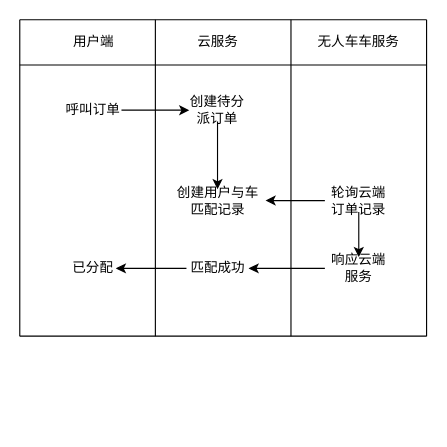
wurh/myDesignDoc keeps this draw.io diagram as 出行项目/分派订单逻辑.drawio. Above is the earlier version. Source tidied: cells renumbered, new cells numbered last; positions are measured from the earlier drawing's top-left corner, leaving out a move shared by most shapes. Both pictures are drawn from the tidied source at 113%, with x=0, y=0 at pixel (19, 19).
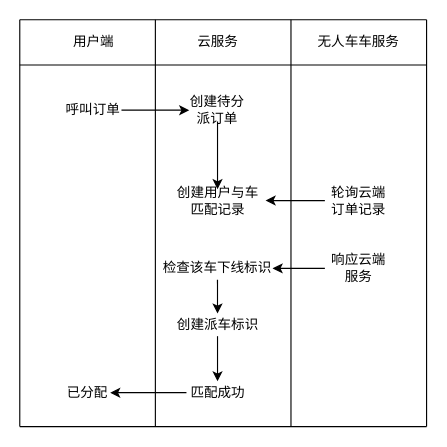
The same page after the edit.

Commit message:
Update 分派订单逻辑.drawio

Unchanged cells that the change refers to:
```xml
<mxCell id="18" value="轮询云端订单记录" style="text;html=1;strokeColor=none;fillColor=none;align=center;verticalAlign=middle;whiteSpace=wrap;rounded=0;" parent="1" vertex="1">
  <mxGeometry x="270" y="150" width="60" height="20" as="geometry" />
</mxCell>
<mxCell id="20" value="响应云端服务" style="text;html=1;strokeColor=none;fillColor=none;align=center;verticalAlign=middle;whiteSpace=wrap;rounded=0;" parent="1" vertex="1">
  <mxGeometry x="270" y="210" width="60" height="20" as="geometry" />
</mxCell>
```

Diff of the diagram source:
```diff
@@
     <mxCell id="3" style="endArrow=none;html=1;" parent="1" edge="1">
       <mxGeometry relative="1" as="geometry">
-        <mxPoint y="280" as="sourcePoint" />
+        <mxPoint y="360" as="sourcePoint" />
         <mxPoint as="targetPoint" />
       </mxGeometry>
     </mxCell>
@@
     <mxCell id="5" style="endArrow=none;html=1;" parent="1" edge="1">
       <mxGeometry relative="1" as="geometry">
-        <mxPoint x="120" y="280" as="sourcePoint" />
+        <mxPoint x="120" y="360" as="sourcePoint" />
         <mxPoint x="120" as="targetPoint" />
       </mxGeometry>
     </mxCell>
     <mxCell id="6" style="endArrow=none;html=1;" parent="1" edge="1">
       <mxGeometry relative="1" as="geometry">
-        <mxPoint x="240" y="280" as="sourcePoint" />
+        <mxPoint x="240" y="360" as="sourcePoint" />
         <mxPoint x="240" as="targetPoint" />
       </mxGeometry>
     </mxCell>
@@
     <mxCell id="13" style="endArrow=none;html=1;" parent="1" edge="1">
       <mxGeometry relative="1" as="geometry">
-        <mxPoint x="360" y="280" as="sourcePoint" />
+        <mxPoint x="360" y="360" as="sourcePoint" />
         <mxPoint x="360" as="targetPoint" />
       </mxGeometry>
     </mxCell>
@@
-    <mxCell id="17" style="edgeStyle=orthogonalEdgeStyle;rounded=0;jettySize=auto;html=1;" parent="1" edge="1" source="18" target="20">
-      <mxGeometry relative="1" as="geometry" />
-    </mxCell>
@@
-    <mxCell id="19" style="edgeStyle=orthogonalEdgeStyle;rounded=0;jettySize=auto;html=1;" parent="1" edge="1" source="20" target="22">
-      <mxGeometry relative="1" as="geometry" />
-    </mxCell>
+    <mxCell id="25" style="edgeStyle=orthogonalEdgeStyle;rounded=0;jettySize=auto;html=1;" parent="1" edge="1" source="20" target="27">
+      <mxGeometry relative="1" as="geometry" />
+    </mxCell>
@@
     <mxCell id="22" value="匹配成功" style="text;html=1;strokeColor=none;fillColor=none;align=center;verticalAlign=middle;whiteSpace=wrap;rounded=0;" parent="1" vertex="1">
-      <mxGeometry x="147.5" y="210" width="55" height="20" as="geometry" />
+      <mxGeometry x="147.5" y="320" width="55" height="20" as="geometry" />
     </mxCell>
     <mxCell id="23" value="已分配" style="text;html=1;strokeColor=none;fillColor=none;align=center;verticalAlign=middle;whiteSpace=wrap;rounded=0;" parent="1" vertex="1">
-      <mxGeometry x="45" y="210" width="40" height="20" as="geometry" />
+      <mxGeometry x="40" y="320" width="40" height="20" as="geometry" />
     </mxCell>
     <mxCell id="24" style="endArrow=none;html=1;" parent="1" edge="1">
       <mxGeometry relative="1" as="geometry">
-        <mxPoint y="280" as="sourcePoint" />
-        <mxPoint x="360" y="280" as="targetPoint" />
+        <mxPoint y="360" as="sourcePoint" />
+        <mxPoint x="360" y="360" as="targetPoint" />
       </mxGeometry>
     </mxCell>
+    <mxCell id="26" value="创建派车标识" style="text;html=1;strokeColor=none;fillColor=none;align=center;verticalAlign=middle;whiteSpace=wrap;rounded=0;" parent="1" vertex="1">
+      <mxGeometry x="132.5" y="260" width="85" height="20" as="geometry" />
+    </mxCell>
+    <mxCell id="27" value="检查该车下线标识" style="text;html=1;strokeColor=none;fillColor=none;align=center;verticalAlign=middle;whiteSpace=wrap;rounded=0;" parent="1" vertex="1">
+      <mxGeometry x="126.2" y="210" width="97.5" height="20" as="geometry" />
+    </mxCell>
+    <mxCell id="28" style="endArrow=classic;html=1;exitX=0.5;exitY=1;exitDx=0;exitDy=0;entryX=0.5;entryY=0;entryDx=0;entryDy=0;" parent="1" edge="1" source="27" target="26">
+      <mxGeometry relative="1" as="geometry" />
+    </mxCell>
+    <mxCell id="29" style="endArrow=classic;html=1;exitX=0.5;exitY=1;exitDx=0;exitDy=0;entryX=0.5;entryY=0;entryDx=0;entryDy=0;" parent="1" edge="1" source="26" target="22">
+      <mxGeometry relative="1" as="geometry" />
+    </mxCell>
```
